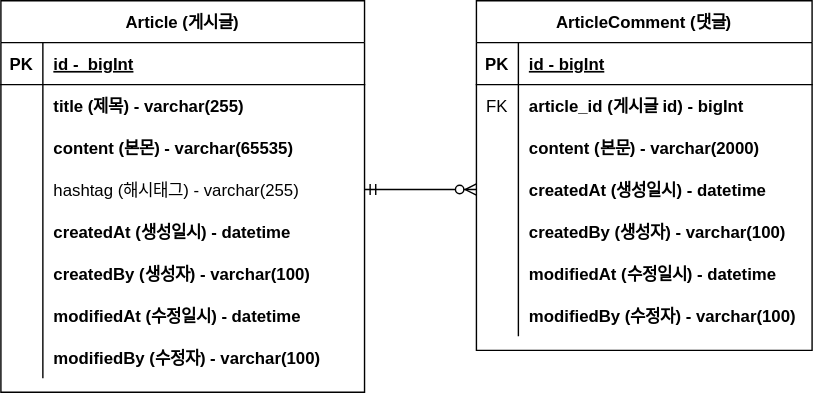
The draw.io diagram document/project-board-erd.svg in log1995/notice-board, before a commit. Source tidied: cells renumbered, new cells last; positions are measured from the earlier drawing's top-left corner, leaving out a move shared by most shapes.
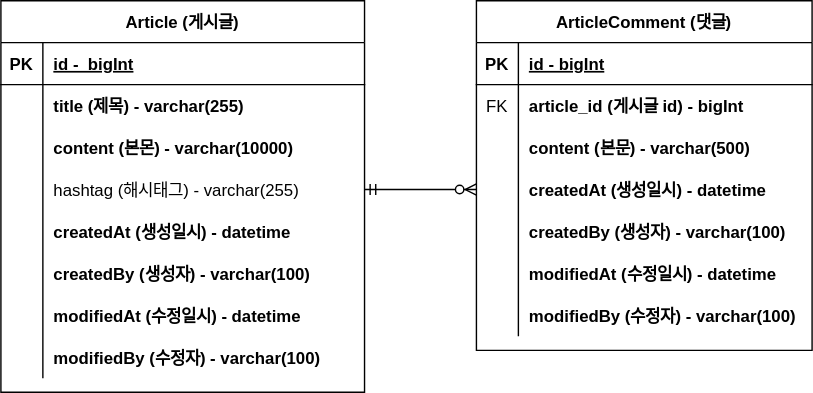
Above is the later version.

Commit message:
#10 - erd 업데이트 : content 사이즈 변경

Change to the diagram source:
```diff
@@ -29,7 +29,7 @@
     <mxCell id="10" style="shape=partialRectangle;fillColor=none;top=0;left=0;bottom=0;right=0;overflow=hidden;" parent="9" vertex="1">
       <mxGeometry width="30" height="30" as="geometry" />
     </mxCell>
-    <mxCell id="11" value="content (본몬) - varchar(65535)" style="shape=partialRectangle;fillColor=none;top=0;left=0;bottom=0;right=0;align=left;spacingLeft=6;overflow=hidden;fontStyle=1;" parent="9" vertex="1">
+    <mxCell id="11" value="content (본몬) - varchar(10000)" style="shape=partialRectangle;fillColor=none;top=0;left=0;bottom=0;right=0;align=left;spacingLeft=6;overflow=hidden;fontStyle=1;" parent="9" vertex="1">
       <mxGeometry x="30" width="230" height="30" as="geometry" />
     </mxCell>
     <mxCell id="12" style="shape=tableRow;horizontal=0;startSize=0;swimlaneHead=0;swimlaneBody=0;fillColor=none;points=[[0,0.5],[1,0.5]];portConstraint=eastwest;top=0;left=0;right=0;bottom=0;" parent="2" vertex="1">
@@ -104,7 +104,7 @@
     <mxCell id="35" style="shape=partialRectangle;fillColor=none;top=0;left=0;bottom=0;right=0;overflow=hidden;" parent="34" vertex="1">
       <mxGeometry width="30" height="30" as="geometry" />
     </mxCell>
-    <mxCell id="36" value="content (본문) - varchar(2000)" style="shape=partialRectangle;fillColor=none;top=0;left=0;bottom=0;right=0;align=left;spacingLeft=6;overflow=hidden;fontStyle=1;" parent="34" vertex="1">
+    <mxCell id="36" value="content (본문) - varchar(500)" style="shape=partialRectangle;fillColor=none;top=0;left=0;bottom=0;right=0;align=left;spacingLeft=6;overflow=hidden;fontStyle=1;" parent="34" vertex="1">
       <mxGeometry x="30" width="210" height="30" as="geometry" />
     </mxCell>
     <mxCell id="37" style="shape=tableRow;horizontal=0;startSize=0;swimlaneHead=0;swimlaneBody=0;fillColor=none;points=[[0,0.5],[1,0.5]];portConstraint=eastwest;top=0;left=0;right=0;bottom=0;" parent="27" vertex="1">
```
